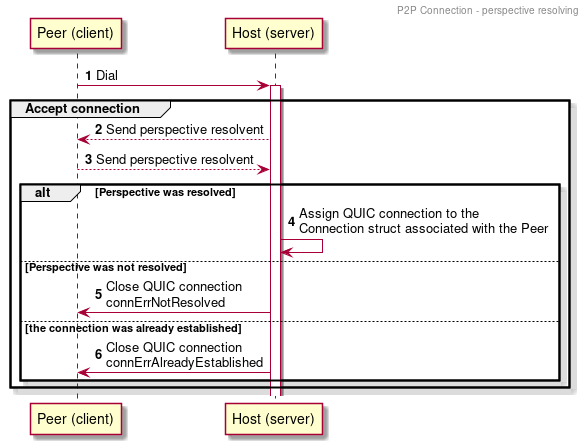
Above: docs/perspective_resolving.png in Zamerykanizowana/replicated-file-system (PlantUML), before the change.
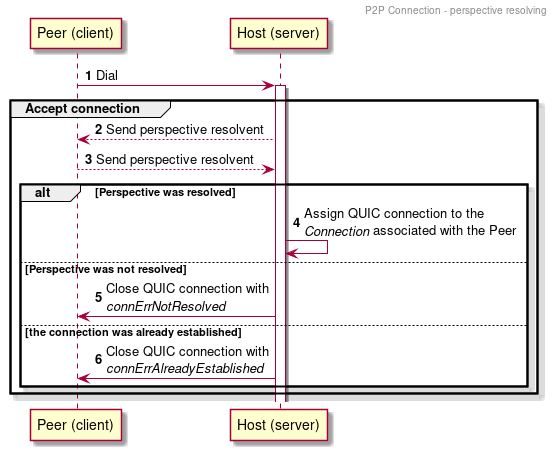
The same diagram one commit later.

Commit message:
chore(docs): add conflicts_resolving diagram

What changed in the source:
```diff
@@ -14,11 +14,11 @@
     Host --> Peer: Send perspective resolvent
     Peer --> Host: Send perspective resolvent
     alt Perspective was resolved
-        Host -> Host: Assign QUIC connection to the\nConnection struct associated with the Peer
+        Host -> Host: Assign QUIC connection to the\n//Connection// associated with the Peer
     else Perspective was not resolved
-        Host -> Peer: Close QUIC connection\nconnErrNotResolved
+        Host -> Peer: Close QUIC connection with\n//connErrNotResolved//
     else the connection was already established
-        Host -> Peer: Close QUIC connection\nconnErrAlreadyEstablished
+        Host -> Peer: Close QUIC connection with\n//connErrAlreadyEstablished//
     end
 end
 
```
